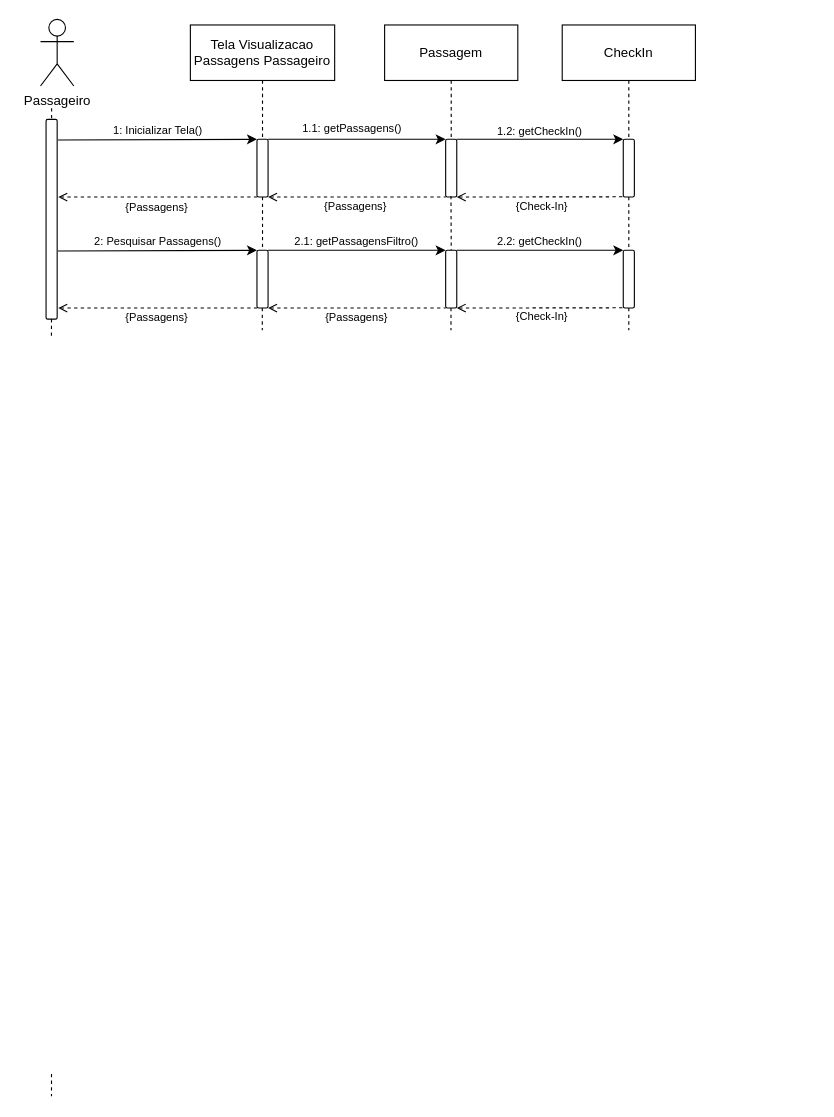
Before: Diagramas/Eng_de_Software/Modelos/Sequencia/Ver_Passagens_Compradas.drawio in GabrielGMori/trabalho-conclus-o-ano, a draw.io diagram. Source tidied: cells renumbered, new cells numbered last; positions are measured from the earlier drawing's top-left corner, leaving out a move shared by most shapes. Both pictures are drawn from the tidied source at 111%, with x=0, y=0 at pixel (40, 19).
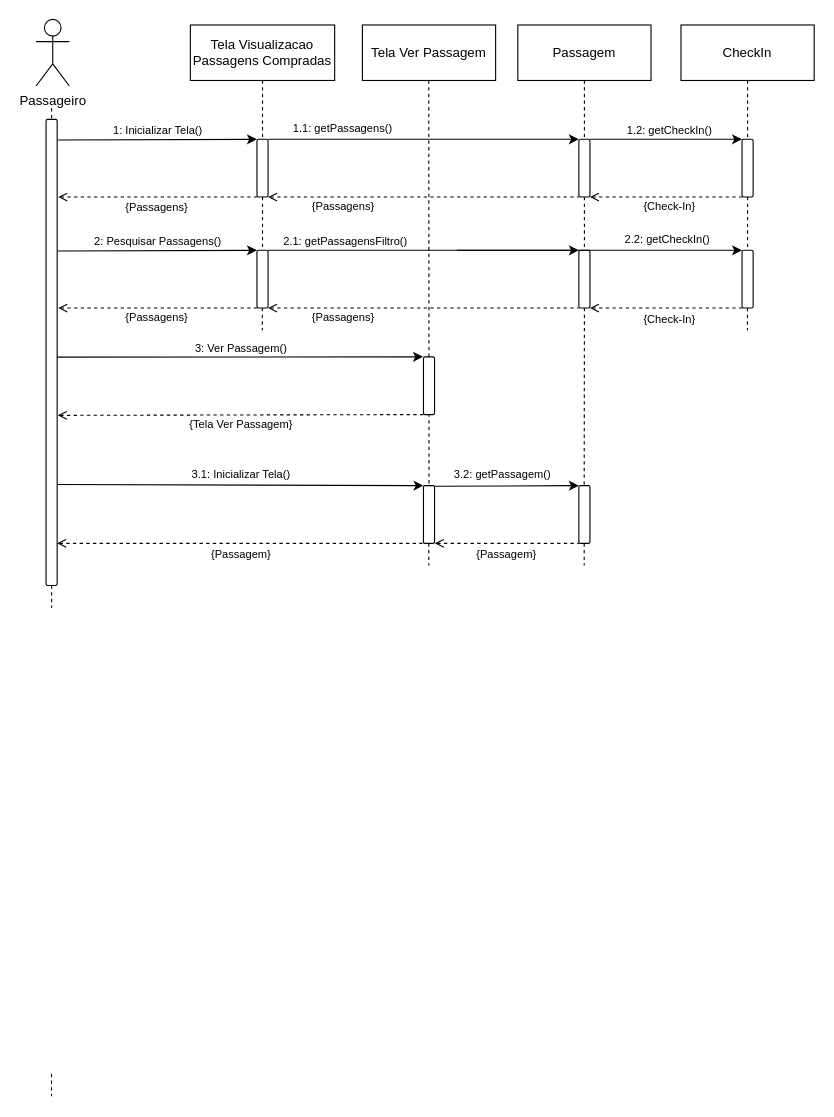
After the change.

Diff of the diagram source:
```diff
@@
     <mxCell id="2" value="Passageiro" style="shape=umlActor;verticalLabelPosition=bottom;verticalAlign=top;html=1;" parent="1" vertex="1">
-      <mxGeometry width="30" height="60" as="geometry" />
+      <mxGeometry x="-4" width="30" height="60" as="geometry" />
     </mxCell>
-    <mxCell id="3" value="Tela Visualizacao Passagens Passageiro" style="rounded=0;whiteSpace=wrap;html=1;" parent="1" vertex="1">
+    <mxCell id="3" value="Tela Visualizacao Passagens Compradas" style="rounded=0;whiteSpace=wrap;html=1;" parent="1" vertex="1">
       <mxGeometry x="135" y="5" width="130" height="50" as="geometry" />
     </mxCell>
     <mxCell id="4" value="Passagem" style="rounded=0;whiteSpace=wrap;html=1;" parent="1" vertex="1">
-      <mxGeometry x="310" y="5" width="120" height="50" as="geometry" />
+      <mxGeometry x="430" y="5" width="120" height="50" as="geometry" />
     </mxCell>
@@
     <mxCell id="6" style="rounded=1;whiteSpace=wrap;html=1;" parent="1" vertex="1">
-      <mxGeometry x="5" y="90" width="10" height="180" as="geometry" />
+      <mxGeometry x="5" y="90" width="10" height="420" as="geometry" />
     </mxCell>
@@
     <mxCell id="12" style="rounded=1;whiteSpace=wrap;html=1;" parent="1" vertex="1">
-      <mxGeometry x="365" y="108" width="10" height="52" as="geometry" />
+      <mxGeometry x="485" y="108" width="10" height="52" as="geometry" />
     </mxCell>
@@
     <mxCell id="15" value="{Passagens}" style="text;html=1;align=center;verticalAlign=middle;whiteSpace=wrap;rounded=0;fontSize=10;" parent="1" vertex="1">
-      <mxGeometry x="219" y="158" width="130" height="20" as="geometry" />
+      <mxGeometry x="207.5" y="158" width="130" height="20" as="geometry" />
     </mxCell>
@@
     <mxCell id="17" value="&lt;font&gt;1.1: get&lt;/font&gt;Passagen&lt;font&gt;s()&lt;/font&gt;" style="text;html=1;align=center;verticalAlign=middle;whiteSpace=wrap;rounded=0;fontSize=10;" parent="1" vertex="1">
-      <mxGeometry x="201" y="88" width="160" height="20" as="geometry" />
+      <mxGeometry x="205" y="88" width="135" height="20" as="geometry" />
     </mxCell>
@@
     <mxCell id="24" style="rounded=1;whiteSpace=wrap;html=1;" parent="1" vertex="1">
-      <mxGeometry x="365" y="208" width="10" height="52" as="geometry" />
+      <mxGeometry x="485" y="208" width="10" height="52" as="geometry" />
     </mxCell>
@@
     <mxCell id="27" value="{Passagen&lt;font&gt;s&lt;/font&gt;}" style="text;html=1;align=center;verticalAlign=middle;whiteSpace=wrap;rounded=0;fontSize=10;" parent="1" vertex="1">
-      <mxGeometry x="220" y="258" width="130" height="20" as="geometry" />
+      <mxGeometry x="207.5" y="258" width="130" height="20" as="geometry" />
     </mxCell>
@@
     <mxCell id="29" value="&lt;font&gt;2.1: get&lt;/font&gt;Passagen&lt;font&gt;s&lt;/font&gt;&lt;font&gt;Filtro()&lt;/font&gt;" style="text;html=1;align=center;verticalAlign=middle;whiteSpace=wrap;rounded=0;fontSize=10;" parent="1" vertex="1">
-      <mxGeometry x="205" y="190" width="160" height="20" as="geometry" />
+      <mxGeometry x="195" y="190" width="160" height="20" as="geometry" />
     </mxCell>
@@
-    <mxCell id="31" style="endArrow=none;dashed=1;html=1;rounded=0;exitX=0.5;exitY=1;exitDx=0;exitDy=0;entryX=0.5;entryY=0;entryDx=0;entryDy=0;" parent="1" edge="1" target="24">
-      <mxGeometry relative="1" as="geometry">
-        <mxPoint x="369.8" y="159" as="sourcePoint" />
-      </mxGeometry>
+    <mxCell id="31" style="endArrow=none;dashed=1;html=1;rounded=0;entryX=0.5;entryY=0;entryDx=0;entryDy=0;exitX=0.5;exitY=1;exitDx=0;exitDy=0;" parent="1" edge="1" source="12" target="24">
+      <mxGeometry relative="1" as="geometry" />
     </mxCell>
@@
     <mxCell id="33" value="CheckIn" style="rounded=0;whiteSpace=wrap;html=1;" parent="1" vertex="1">
-      <mxGeometry x="470" y="5" width="120" height="50" as="geometry" />
+      <mxGeometry x="577" y="5" width="120" height="50" as="geometry" />
     </mxCell>
@@
     <mxCell id="35" style="rounded=1;whiteSpace=wrap;html=1;" parent="1" vertex="1">
-      <mxGeometry x="525" y="108" width="10" height="52" as="geometry" />
+      <mxGeometry x="632" y="108" width="10" height="52" as="geometry" />
     </mxCell>
@@
     <mxCell id="37" style="rounded=1;whiteSpace=wrap;html=1;" parent="1" vertex="1">
-      <mxGeometry x="525" y="208" width="10" height="52" as="geometry" />
+      <mxGeometry x="632" y="208" width="10" height="52" as="geometry" />
     </mxCell>
-    <mxCell id="38" style="endArrow=classic;html=1;rounded=0;exitX=1;exitY=0;exitDx=0;exitDy=0;entryX=0;entryY=0;entryDx=0;entryDy=0;" parent="1" edge="1" source="12">
-      <mxGeometry relative="1" as="geometry">
-        <mxPoint x="525" y="108" as="targetPoint" />
-      </mxGeometry>
+    <mxCell id="38" style="endArrow=classic;html=1;rounded=0;exitX=1;exitY=0;exitDx=0;exitDy=0;entryX=0;entryY=0;entryDx=0;entryDy=0;" parent="1" edge="1" source="12" target="35">
+      <mxGeometry relative="1" as="geometry" />
     </mxCell>
-    <mxCell id="39" style="endArrow=none;html=1;rounded=0;entryX=0;entryY=1;entryDx=0;entryDy=0;dashed=1;endFill=0;startArrow=open;startFill=0;exitX=1;exitY=1;exitDx=0;exitDy=0;" parent="1" edge="1" source="12">
-      <mxGeometry relative="1" as="geometry">
-        <mxPoint x="525" y="159.8" as="targetPoint" />
-      </mxGeometry>
+    <mxCell id="39" style="endArrow=none;html=1;rounded=0;entryX=0;entryY=1;entryDx=0;entryDy=0;dashed=1;endFill=0;startArrow=open;startFill=0;exitX=1;exitY=1;exitDx=0;exitDy=0;" parent="1" edge="1" source="12" target="35">
+      <mxGeometry relative="1" as="geometry" />
     </mxCell>
-    <mxCell id="40" style="endArrow=classic;html=1;rounded=0;exitX=1;exitY=0;exitDx=0;exitDy=0;entryX=0;entryY=0;entryDx=0;entryDy=0;" parent="1" edge="1">
+    <mxCell id="40" style="endArrow=classic;html=1;rounded=0;exitX=1;exitY=0;exitDx=0;exitDy=0;entryX=0;entryY=0;entryDx=0;entryDy=0;" parent="1" edge="1" target="37">
       <mxGeometry relative="1" as="geometry">
         <mxPoint x="375" y="208" as="sourcePoint" />
-        <mxPoint x="525" y="208" as="targetPoint" />
       </mxGeometry>
     </mxCell>
-    <mxCell id="41" style="endArrow=none;html=1;rounded=0;entryX=0;entryY=1;entryDx=0;entryDy=0;dashed=1;endFill=0;startArrow=open;startFill=0;exitX=1;exitY=1;exitDx=0;exitDy=0;" parent="1" edge="1">
-      <mxGeometry relative="1" as="geometry">
-        <mxPoint x="375" y="260" as="sourcePoint" />
-        <mxPoint x="525" y="259.8" as="targetPoint" />
-      </mxGeometry>
+    <mxCell id="41" style="endArrow=none;html=1;rounded=0;entryX=0;entryY=1;entryDx=0;entryDy=0;dashed=1;endFill=0;startArrow=open;startFill=0;exitX=1;exitY=1;exitDx=0;exitDy=0;" parent="1" edge="1" source="24" target="37">
+      <mxGeometry relative="1" as="geometry" />
     </mxCell>
     <mxCell id="42" value="&lt;font&gt;1.2: get&lt;/font&gt;&lt;font&gt;CheckIn()&lt;/font&gt;" style="text;html=1;align=center;verticalAlign=middle;whiteSpace=wrap;rounded=0;fontSize=10;" parent="1" vertex="1">
-      <mxGeometry x="370" y="91" width="160" height="20" as="geometry" />
+      <mxGeometry x="497" y="90" width="140" height="20" as="geometry" />
     </mxCell>
     <mxCell id="43" value="{Check-In}" style="text;html=1;align=center;verticalAlign=middle;whiteSpace=wrap;rounded=0;fontSize=10;" parent="1" vertex="1">
-      <mxGeometry x="387" y="158" width="130" height="20" as="geometry" />
+      <mxGeometry x="502" y="158" width="130" height="20" as="geometry" />
     </mxCell>
     <mxCell id="44" value="&lt;font&gt;2.2: get&lt;/font&gt;&lt;font&gt;CheckIn()&lt;/font&gt;" style="text;html=1;align=center;verticalAlign=middle;whiteSpace=wrap;rounded=0;fontSize=10;" parent="1" vertex="1">
-      <mxGeometry x="370" y="190" width="160" height="20" as="geometry" />
+      <mxGeometry x="495" y="188" width="140" height="20" as="geometry" />
     </mxCell>
     <mxCell id="45" value="{Check-In}" style="text;html=1;align=center;verticalAlign=middle;whiteSpace=wrap;rounded=0;fontSize=10;" parent="1" vertex="1">
-      <mxGeometry x="387" y="257" width="130" height="20" as="geometry" />
+      <mxGeometry x="502" y="260" width="130" height="20" as="geometry" />
     </mxCell>
     <mxCell id="46" style="endArrow=none;dashed=1;html=1;rounded=0;exitX=0.5;exitY=1;exitDx=0;exitDy=0;" parent="1" edge="1">
       <mxGeometry relative="1" as="geometry">
-        <mxPoint x="369.8" y="260" as="sourcePoint" />
-        <mxPoint x="369.8" y="280" as="targetPoint" />
+        <mxPoint x="489.8" y="472" as="sourcePoint" />
+        <mxPoint x="489.8" y="492" as="targetPoint" />
       </mxGeometry>
     </mxCell>
-    <mxCell id="47" style="endArrow=none;dashed=1;html=1;rounded=0;" parent="1" edge="1">
+    <mxCell id="47" style="endArrow=none;dashed=1;html=1;rounded=0;exitX=0.5;exitY=1;exitDx=0;exitDy=0;" parent="1" edge="1" source="6">
       <mxGeometry relative="1" as="geometry">
-        <mxPoint x="9.9" y="270" as="sourcePoint" />
-        <mxPoint x="9.8" y="288" as="targetPoint" />
+        <mxPoint x="10" y="530" as="targetPoint" />
       </mxGeometry>
     </mxCell>
     <mxCell id="48" style="endArrow=none;dashed=1;html=1;rounded=0;exitX=0.5;exitY=1;exitDx=0;exitDy=0;" parent="1" edge="1">
       <mxGeometry relative="1" as="geometry">
-        <mxPoint x="530" y="260" as="sourcePoint" />
-        <mxPoint x="530" y="280" as="targetPoint" />
+        <mxPoint x="636.9" y="260" as="sourcePoint" />
+        <mxPoint x="636.9" y="280" as="targetPoint" />
       </mxGeometry>
     </mxCell>
+    <mxCell id="49" value="Tela Ver Passagem" style="rounded=0;whiteSpace=wrap;html=1;" parent="1" vertex="1">
+      <mxGeometry x="290" y="5" width="120" height="50" as="geometry" />
+    </mxCell>
+    <mxCell id="50" style="endArrow=none;dashed=1;html=1;rounded=0;exitX=0.5;exitY=1;exitDx=0;exitDy=0;entryX=0.5;entryY=0;entryDx=0;entryDy=0;" parent="1" edge="1" target="56">
+      <mxGeometry relative="1" as="geometry">
+        <mxPoint x="349.8" y="55" as="sourcePoint" />
+      </mxGeometry>
+    </mxCell>
+    <mxCell id="51" style="rounded=1;whiteSpace=wrap;html=1;" parent="1" vertex="1">
+      <mxGeometry x="345" y="304" width="10" height="52" as="geometry" />
+    </mxCell>
+    <mxCell id="52" style="endArrow=none;html=1;rounded=0;entryX=0;entryY=1;entryDx=0;entryDy=0;dashed=1;endFill=0;startArrow=open;startFill=0;exitX=1.057;exitY=0.635;exitDx=0;exitDy=0;exitPerimeter=0;" parent="1" edge="1" source="6" target="51">
+      <mxGeometry relative="1" as="geometry" />
+    </mxCell>
+    <mxCell id="53" value="&lt;font&gt;3: Ver Passagem()&lt;/font&gt;" style="text;html=1;align=center;verticalAlign=middle;whiteSpace=wrap;rounded=0;fontSize=10;" parent="1" vertex="1">
+      <mxGeometry x="101" y="286" width="160" height="20" as="geometry" />
+    </mxCell>
+    <mxCell id="54" value="{Tela Ver Passagem}" style="text;html=1;align=center;verticalAlign=middle;whiteSpace=wrap;rounded=0;fontSize=10;" parent="1" vertex="1">
+      <mxGeometry x="91" y="355" width="180" height="20" as="geometry" />
+    </mxCell>
+    <mxCell id="55" style="endArrow=classic;html=1;rounded=0;entryX=0;entryY=0;entryDx=0;entryDy=0;exitX=0.996;exitY=0.51;exitDx=0;exitDy=0;exitPerimeter=0;" parent="1" edge="1" source="6">
+      <mxGeometry relative="1" as="geometry">
+        <mxPoint x="344.6" y="304" as="targetPoint" />
+      </mxGeometry>
+    </mxCell>
+    <mxCell id="56" style="rounded=1;whiteSpace=wrap;html=1;" parent="1" vertex="1">
+      <mxGeometry x="345" y="420" width="10" height="52" as="geometry" />
+    </mxCell>
+    <mxCell id="57" style="endArrow=classic;html=1;rounded=0;entryX=0;entryY=0;entryDx=0;entryDy=0;exitX=1.015;exitY=0.586;exitDx=0;exitDy=0;exitPerimeter=0;" parent="1" edge="1" target="56">
+      <mxGeometry relative="1" as="geometry">
+        <mxPoint x="15.2" y="419" as="sourcePoint" />
+      </mxGeometry>
+    </mxCell>
+    <mxCell id="58" style="endArrow=none;html=1;rounded=0;entryX=0;entryY=1;entryDx=0;entryDy=0;dashed=1;endFill=0;startArrow=open;startFill=0;" parent="1" edge="1" target="56">
+      <mxGeometry relative="1" as="geometry">
+        <mxPoint x="15" y="472" as="sourcePoint" />
+      </mxGeometry>
+    </mxCell>
+    <mxCell id="59" value="&lt;font&gt;3.1: Inicializar Tela()&lt;/font&gt;" style="text;html=1;align=center;verticalAlign=middle;whiteSpace=wrap;rounded=0;fontSize=10;" parent="1" vertex="1">
+      <mxGeometry x="101" y="400" width="160" height="20" as="geometry" />
+    </mxCell>
+    <mxCell id="60" value="{Passagem}" style="text;html=1;align=center;verticalAlign=middle;whiteSpace=wrap;rounded=0;fontSize=10;" parent="1" vertex="1">
+      <mxGeometry x="355" y="472" width="130" height="20" as="geometry" />
+    </mxCell>
+    <mxCell id="61" style="endArrow=none;dashed=1;html=1;rounded=0;exitX=0.5;exitY=1;exitDx=0;exitDy=0;" parent="1" edge="1">
+      <mxGeometry relative="1" as="geometry">
+        <mxPoint x="349.8" y="472" as="sourcePoint" />
+        <mxPoint x="349.8" y="492" as="targetPoint" />
+      </mxGeometry>
+    </mxCell>
+    <mxCell id="62" style="rounded=1;whiteSpace=wrap;html=1;" parent="1" vertex="1">
+      <mxGeometry x="485" y="420" width="10" height="52" as="geometry" />
+    </mxCell>
+    <mxCell id="63" style="endArrow=none;dashed=1;html=1;rounded=0;exitX=0.5;exitY=1;exitDx=0;exitDy=0;" parent="1" edge="1" source="24">
+      <mxGeometry relative="1" as="geometry">
+        <mxPoint x="489.8" y="420" as="targetPoint" />
+      </mxGeometry>
+    </mxCell>
+    <mxCell id="64" style="endArrow=classic;html=1;rounded=0;exitX=1.085;exitY=0.449;exitDx=0;exitDy=0;exitPerimeter=0;entryX=0;entryY=0;entryDx=0;entryDy=0;" parent="1" edge="1" target="62">
+      <mxGeometry relative="1" as="geometry">
+        <mxPoint x="355" y="420.6" as="sourcePoint" />
+      </mxGeometry>
+    </mxCell>
+    <mxCell id="65" style="endArrow=none;html=1;rounded=0;entryX=0;entryY=1;entryDx=0;entryDy=0;dashed=1;endFill=0;startArrow=open;startFill=0;" parent="1" edge="1" target="62">
+      <mxGeometry relative="1" as="geometry">
+        <mxPoint x="355.2" y="472" as="sourcePoint" />
+      </mxGeometry>
+    </mxCell>
+    <mxCell id="66" value="&lt;font&gt;3.2: getPassagem()&lt;/font&gt;" style="text;html=1;align=center;verticalAlign=middle;whiteSpace=wrap;rounded=0;fontSize=10;" parent="1" vertex="1">
+      <mxGeometry x="360" y="400" width="112.5" height="20" as="geometry" />
+    </mxCell>
+    <mxCell id="67" value="{Passagem}" style="text;html=1;align=center;verticalAlign=middle;whiteSpace=wrap;rounded=0;fontSize=10;" parent="1" vertex="1">
+      <mxGeometry x="116" y="472" width="130" height="20" as="geometry" />
+    </mxCell>
```
